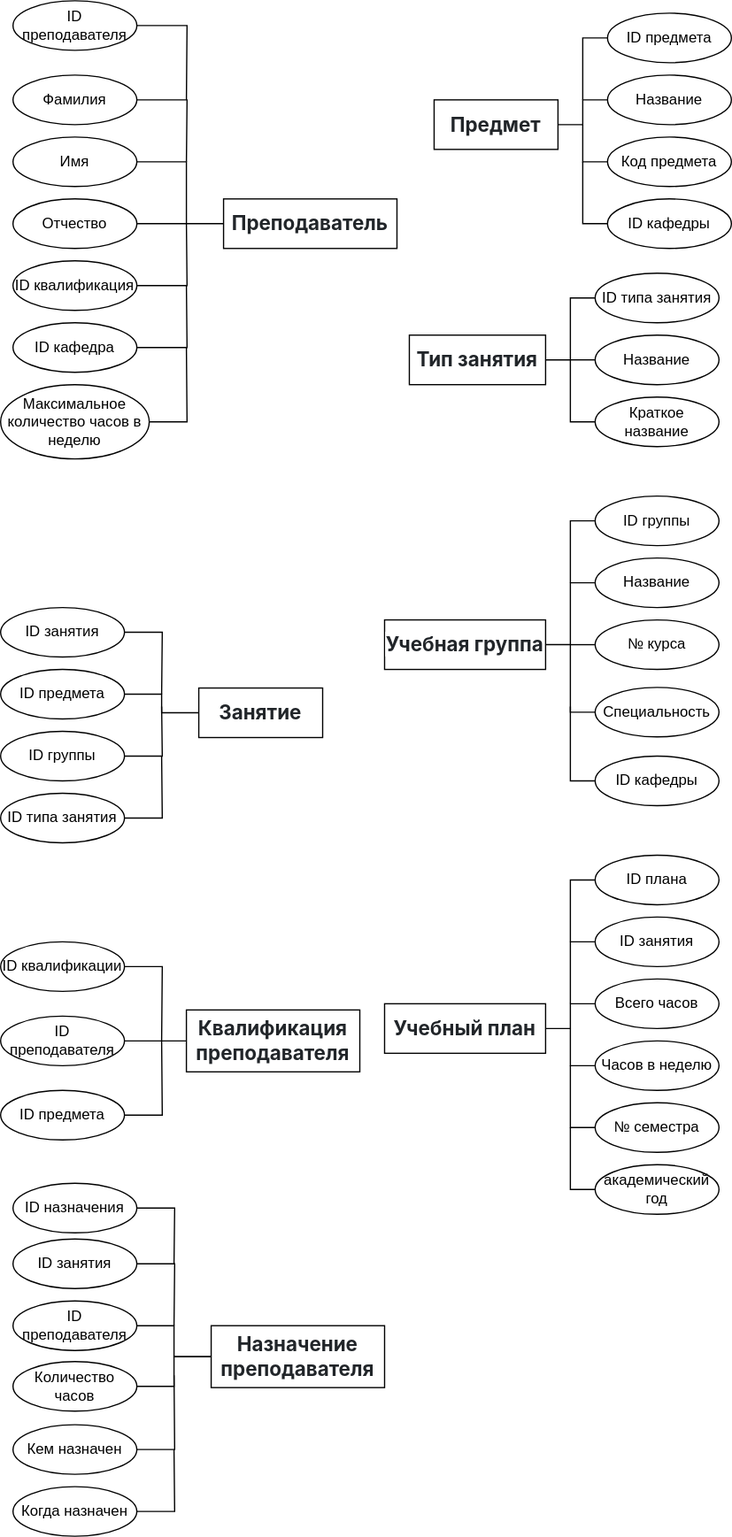
Earlier version of the draw.io export db_concept.drawio.svg (ksinph/PSTU_LABS_2023). Source tidied: cells renumbered, new cells last; positions are measured from the earlier drawing's top-left corner, leaving out a move shared by most shapes.
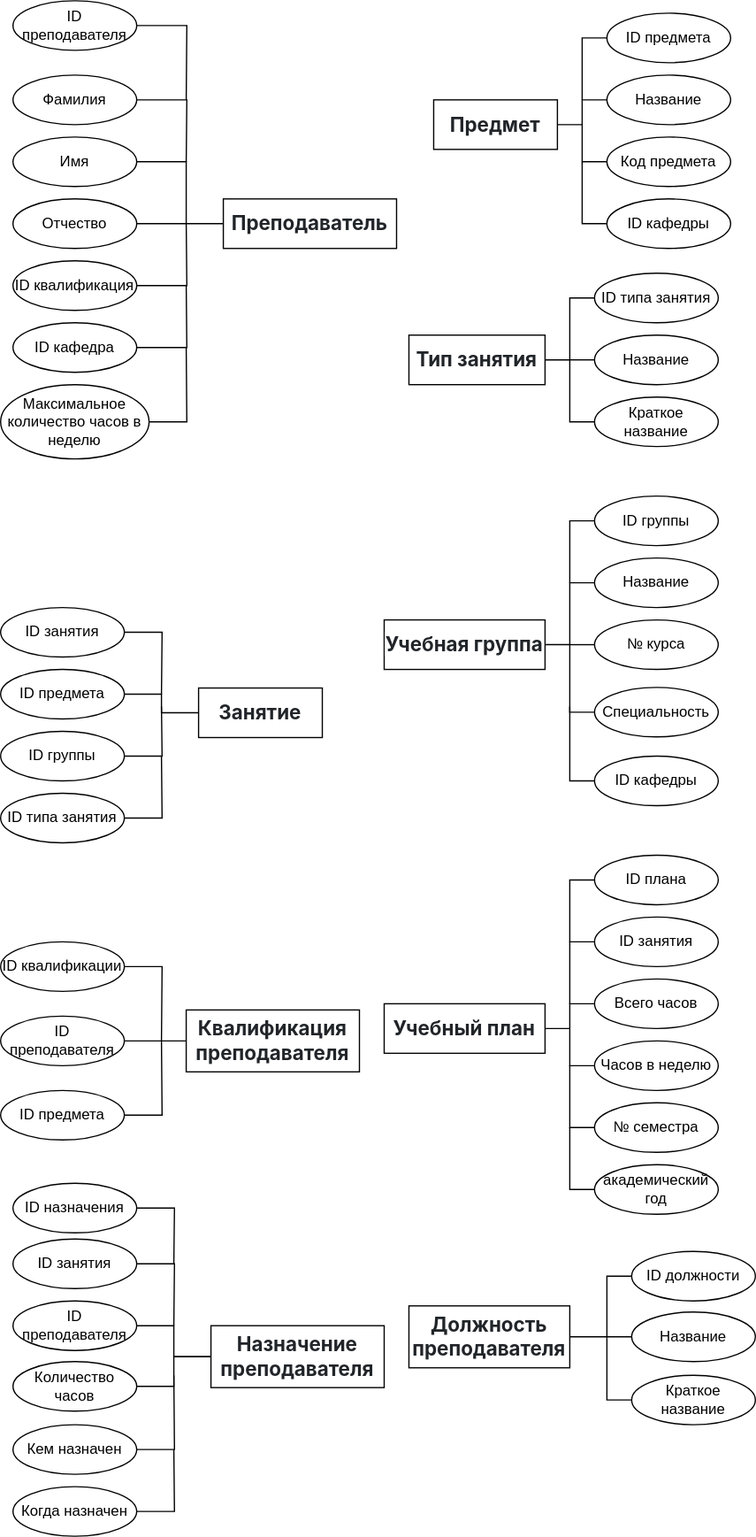
After the commit.

Change to the diagram source:
```diff
@@ -317,5 +317,30 @@
     <mxCell id="85" value="Когда назначен" style="ellipse;whiteSpace=wrap;html=1;align=center;" parent="1" vertex="1">
       <mxGeometry x="10" y="1200" width="100" height="40" as="geometry" />
     </mxCell>
+    <mxCell id="86" value="&lt;span style=&quot;box-sizing: border-box; font-weight: bolder; color: rgb(33, 37, 41); font-family: -apple-system, BlinkMacSystemFont, &amp;quot;Segoe UI&amp;quot;, Roboto, &amp;quot;Helvetica Neue&amp;quot;, Arial, &amp;quot;Noto Sans&amp;quot;, sans-serif, &amp;quot;Apple Color Emoji&amp;quot;, &amp;quot;Segoe UI Emoji&amp;quot;, &amp;quot;Segoe UI Symbol&amp;quot;, &amp;quot;Noto Color Emoji&amp;quot;; font-size: 16px; text-align: left; background-color: rgb(255, 255, 255);&quot;&gt;Должность преподавателя&lt;/span&gt;" style="whiteSpace=wrap;html=1;align=center;" parent="1" vertex="1">
+      <mxGeometry x="330" y="1054" width="130" height="50" as="geometry" />
+    </mxCell>
+    <mxCell id="87" style="edgeStyle=orthogonalEdgeStyle;rounded=0;jettySize=auto;html=1;exitX=0;exitY=0.5;exitDx=0;exitDy=0;endArrow=none;startFill=0;" parent="1" edge="1" source="88">
+      <mxGeometry relative="1" as="geometry">
+        <mxPoint x="490" y="1080" as="targetPoint" />
+      </mxGeometry>
+    </mxCell>
+    <mxCell id="88" value="ID должности" style="ellipse;whiteSpace=wrap;html=1;align=center;" parent="1" vertex="1">
+      <mxGeometry x="510" y="1010" width="100" height="40" as="geometry" />
+    </mxCell>
+    <mxCell id="89" style="edgeStyle=orthogonalEdgeStyle;rounded=0;jettySize=auto;html=1;exitX=0;exitY=0.5;exitDx=0;exitDy=0;entryX=1;entryY=0.5;entryDx=0;entryDy=0;endArrow=none;startFill=0;" parent="1" edge="1" source="90" target="86">
+      <mxGeometry relative="1" as="geometry" />
+    </mxCell>
+    <mxCell id="90" value="Название" style="ellipse;whiteSpace=wrap;html=1;align=center;" parent="1" vertex="1">
+      <mxGeometry x="510" y="1059" width="100" height="40" as="geometry" />
+    </mxCell>
+    <mxCell id="91" style="edgeStyle=orthogonalEdgeStyle;rounded=0;jettySize=auto;html=1;exitX=0;exitY=0.5;exitDx=0;exitDy=0;endArrow=none;endFill=1;startFill=0;" parent="1" edge="1" source="92">
+      <mxGeometry relative="1" as="geometry">
+        <mxPoint x="490" y="1080" as="targetPoint" />
+      </mxGeometry>
+    </mxCell>
+    <mxCell id="92" value="Краткое название" style="ellipse;whiteSpace=wrap;html=1;align=center;" parent="1" vertex="1">
+      <mxGeometry x="510" y="1110" width="100" height="40" as="geometry" />
+    </mxCell>
   </root>
 </mxGraphModel>
```
